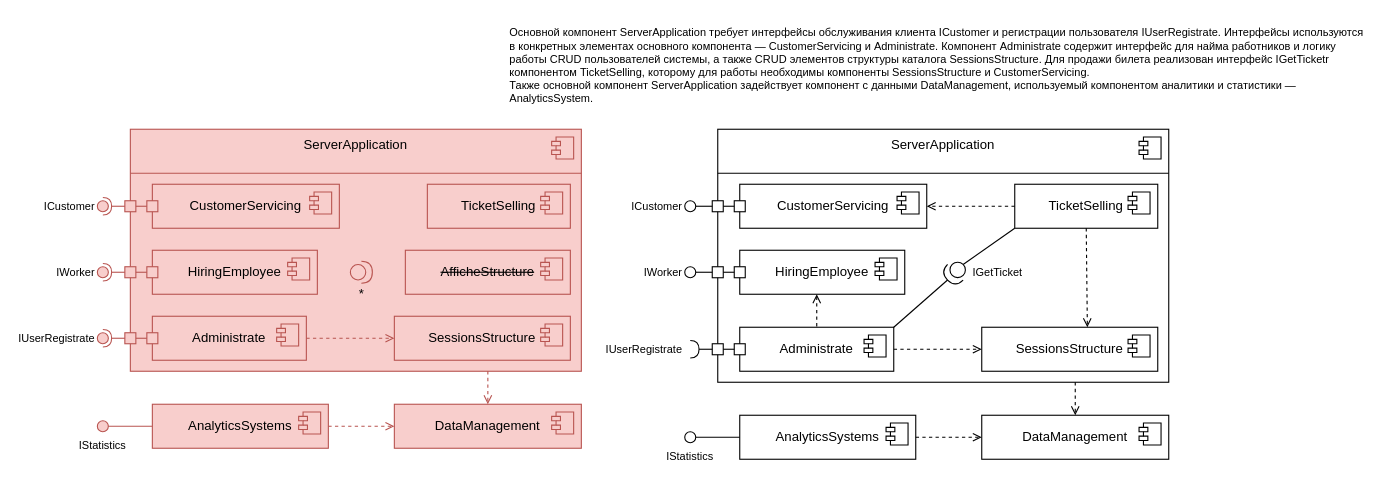
ANDaniell/-design-practice keeps this draw.io diagram as Диаграмма компонентов.drawio. Above is the earlier version. Source tidied: cells renumbered, new cells numbered last; positions are measured from the earlier drawing's top-left corner, leaving out a move shared by most shapes. Both pictures are drawn from the tidied source at 110%, with x=0, y=0 at pixel (97, 19).
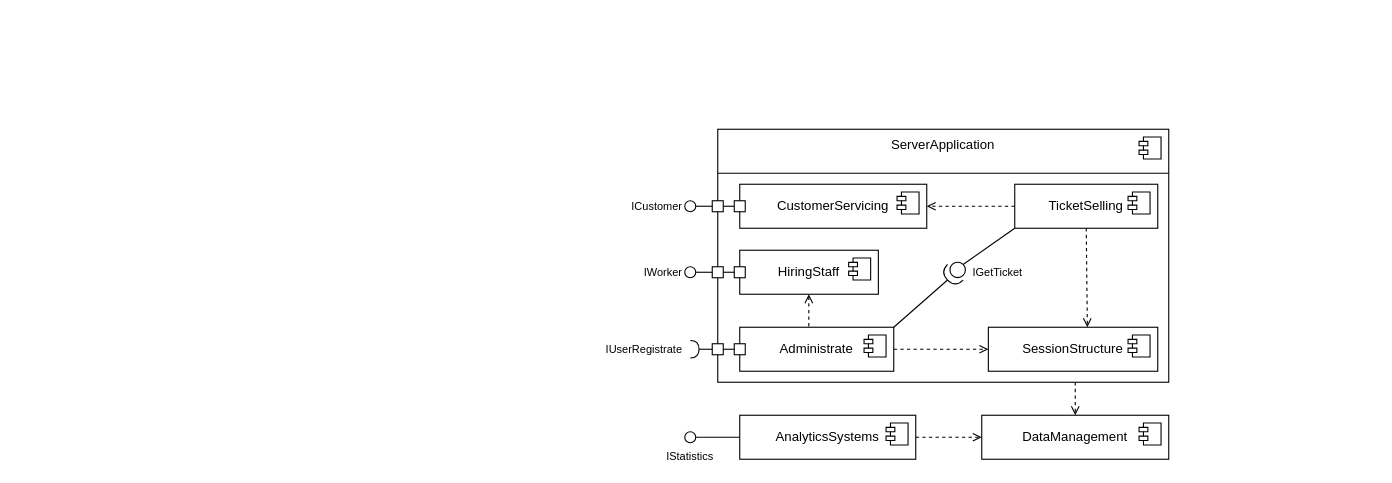
The same diagram, later.

Unchanged cells that the change refers to:
```xml
<mxCell id="5" value="Administrate" style="html=1;whiteSpace=wrap;align=center;verticalAlign=middle;" parent="1" vertex="1">
  <mxGeometry x="584" y="280" width="140" height="40" as="geometry" />
</mxCell>
```

Change to the diagram source:
```diff
@@
-    <mxCell id="13" value="SessionsStructure" style="html=1;whiteSpace=wrap;align=center;verticalAlign=middle;" parent="1" vertex="1">
-      <mxGeometry x="804" y="280" width="160" height="40" as="geometry" />
+    <mxCell id="13" value="SessionStructure" style="html=1;whiteSpace=wrap;align=center;verticalAlign=middle;" parent="1" vertex="1">
+      <mxGeometry x="810" y="280" width="154" height="40" as="geometry" />
     </mxCell>
@@
-    <mxCell id="15" value="HiringEmployee" style="html=1;whiteSpace=wrap;align=center;verticalAlign=middle;" parent="1" vertex="1">
-      <mxGeometry x="584" y="210" width="150" height="40" as="geometry" />
+    <mxCell id="15" value="HiringStaff" style="html=1;whiteSpace=wrap;align=center;verticalAlign=middle;" parent="1" vertex="1">
+      <mxGeometry x="584" y="210" width="126" height="40" as="geometry" />
     </mxCell>
@@
-    <mxCell id="40" style="endArrow=none;dashed=1;html=1;rounded=0;entryX=0.5;entryY=0;entryDx=0;entryDy=0;endFill=0;startArrow=open;startFill=0;" parent="1" edge="1" target="5">
+    <mxCell id="40" style="endArrow=none;dashed=1;html=1;rounded=0;entryX=0.5;entryY=0;entryDx=0;entryDy=0;endFill=0;startArrow=open;startFill=0;" parent="1" edge="1">
       <mxGeometry relative="1" as="geometry">
-        <mxPoint x="654" y="250" as="sourcePoint" />
+        <mxPoint x="646.8" y="250" as="sourcePoint" />
+        <mxPoint x="646.8" y="280" as="targetPoint" />
       </mxGeometry>
     </mxCell>
-    <mxCell id="41" value="ServerApplication" style="html=1;whiteSpace=wrap;verticalAlign=top;fillColor=#f8cecc;strokeColor=#b85450;" parent="1" vertex="1">
-      <mxGeometry x="30" y="100" width="410" height="220" as="geometry" />
-    </mxCell>
-    <mxCell id="42" style="shape=module;jettyWidth=8;jettyHeight=4;fillColor=#f8cecc;strokeColor=#b85450;" parent="41" vertex="1">
-      <mxGeometry x="1" width="20" height="20" relative="1" as="geometry">
-        <mxPoint x="-27" y="7" as="offset" />
-      </mxGeometry>
-    </mxCell>
-    <mxCell id="43" style="endArrow=none;html=1;rounded=0;exitX=0.998;exitY=0.103;exitDx=0;exitDy=0;exitPerimeter=0;entryX=0.003;entryY=0.103;entryDx=0;entryDy=0;entryPerimeter=0;fillColor=#f8cecc;strokeColor=#b85450;" parent="1" edge="1">
-      <mxGeometry relative="1" as="geometry">
-        <mxPoint x="440" y="140" as="sourcePoint" />
-        <mxPoint x="30" y="140" as="targetPoint" />
-      </mxGeometry>
-    </mxCell>
-    <mxCell id="44" value="Administrate" style="html=1;whiteSpace=wrap;align=center;verticalAlign=middle;fillColor=#f8cecc;strokeColor=#b85450;" parent="1" vertex="1">
-      <mxGeometry x="50" y="270" width="140" height="40" as="geometry" />
-    </mxCell>
-    <mxCell id="45" style="shape=module;jettyWidth=8;jettyHeight=4;fillColor=#f8cecc;strokeColor=#b85450;" parent="44" vertex="1">
-      <mxGeometry x="1" width="20" height="20" relative="1" as="geometry">
-        <mxPoint x="-27" y="7" as="offset" />
-      </mxGeometry>
-    </mxCell>
-    <mxCell id="46" value="AnalyticsSystems" style="html=1;whiteSpace=wrap;align=center;verticalAlign=middle;fillColor=#f8cecc;strokeColor=#b85450;" parent="1" vertex="1">
-      <mxGeometry x="50" y="350" width="160" height="40" as="geometry" />
-    </mxCell>
-    <mxCell id="47" style="shape=module;jettyWidth=8;jettyHeight=4;fillColor=#f8cecc;strokeColor=#b85450;" parent="46" vertex="1">
-      <mxGeometry x="1" width="20" height="20" relative="1" as="geometry">
-        <mxPoint x="-27" y="7" as="offset" />
-      </mxGeometry>
-    </mxCell>
-    <mxCell id="48" value="DataManagement" style="html=1;whiteSpace=wrap;align=center;verticalAlign=middle;fillColor=#f8cecc;strokeColor=#b85450;" parent="1" vertex="1">
-      <mxGeometry x="270" y="350" width="170" height="40" as="geometry" />
-    </mxCell>
-    <mxCell id="49" style="shape=module;jettyWidth=8;jettyHeight=4;fillColor=#f8cecc;strokeColor=#b85450;" parent="48" vertex="1">
-      <mxGeometry x="1" width="20" height="20" relative="1" as="geometry">
-        <mxPoint x="-27" y="7" as="offset" />
-      </mxGeometry>
-    </mxCell>
-    <mxCell id="50" value="IStatistics" style="ellipse;whiteSpace=wrap;html=1;labelPosition=center;verticalLabelPosition=bottom;align=center;verticalAlign=top;fontSize=10;fillColor=#f8cecc;strokeColor=#b85450;" parent="1" vertex="1">
-      <mxGeometry y="365" width="10" height="10" as="geometry" />
-    </mxCell>
-    <mxCell id="51" style="endArrow=open;dashed=1;html=1;rounded=0;entryX=0;entryY=0.5;entryDx=0;entryDy=0;exitX=1;exitY=0.5;exitDx=0;exitDy=0;endFill=0;fillColor=#f8cecc;strokeColor=#b85450;" parent="1" edge="1" source="46" target="48">
-      <mxGeometry relative="1" as="geometry" />
-    </mxCell>
-    <mxCell id="52" value="&lt;strike&gt;AfficheStructure&lt;/strike&gt;" style="html=1;whiteSpace=wrap;align=center;verticalAlign=middle;fillColor=#f8cecc;strokeColor=#b85450;" parent="1" vertex="1">
-      <mxGeometry x="280" y="210" width="150" height="40" as="geometry" />
-    </mxCell>
-    <mxCell id="53" style="shape=module;jettyWidth=8;jettyHeight=4;fillColor=#f8cecc;strokeColor=#b85450;" parent="52" vertex="1">
-      <mxGeometry x="1" width="20" height="20" relative="1" as="geometry">
-        <mxPoint x="-27" y="7" as="offset" />
-      </mxGeometry>
-    </mxCell>
-    <mxCell id="54" value="SessionsStructure" style="html=1;whiteSpace=wrap;align=center;verticalAlign=middle;fillColor=#f8cecc;strokeColor=#b85450;" parent="1" vertex="1">
-      <mxGeometry x="270" y="270" width="160" height="40" as="geometry" />
-    </mxCell>
-    <mxCell id="55" style="shape=module;jettyWidth=8;jettyHeight=4;fillColor=#f8cecc;strokeColor=#b85450;" parent="54" vertex="1">
-      <mxGeometry x="1" width="20" height="20" relative="1" as="geometry">
-        <mxPoint x="-27" y="7" as="offset" />
-      </mxGeometry>
-    </mxCell>
-    <mxCell id="56" value="HiringEmployee" style="html=1;whiteSpace=wrap;align=center;verticalAlign=middle;fillColor=#f8cecc;strokeColor=#b85450;" parent="1" vertex="1">
-      <mxGeometry x="50" y="210" width="150" height="40" as="geometry" />
-    </mxCell>
-    <mxCell id="57" style="shape=module;jettyWidth=8;jettyHeight=4;fillColor=#f8cecc;strokeColor=#b85450;" parent="56" vertex="1">
-      <mxGeometry x="1" width="20" height="20" relative="1" as="geometry">
-        <mxPoint x="-27" y="7" as="offset" />
-      </mxGeometry>
-    </mxCell>
-    <mxCell id="58" value="TicketSelling" style="html=1;whiteSpace=wrap;align=center;verticalAlign=middle;fillColor=#f8cecc;strokeColor=#b85450;" parent="1" vertex="1">
-      <mxGeometry x="300" y="150" width="130" height="40" as="geometry" />
-    </mxCell>
-    <mxCell id="59" style="shape=module;jettyWidth=8;jettyHeight=4;fillColor=#f8cecc;strokeColor=#b85450;" parent="58" vertex="1">
-      <mxGeometry x="1" width="20" height="20" relative="1" as="geometry">
-        <mxPoint x="-27" y="7" as="offset" />
-      </mxGeometry>
-    </mxCell>
-    <mxCell id="60" value="CustomerServicing" style="html=1;whiteSpace=wrap;align=center;verticalAlign=middle;fillColor=#f8cecc;strokeColor=#b85450;" parent="1" vertex="1">
-      <mxGeometry x="50" y="150" width="170" height="40" as="geometry" />
-    </mxCell>
-    <mxCell id="61" style="shape=module;jettyWidth=8;jettyHeight=4;fillColor=#f8cecc;strokeColor=#b85450;" parent="60" vertex="1">
-      <mxGeometry x="1" width="20" height="20" relative="1" as="geometry">
-        <mxPoint x="-27" y="7" as="offset" />
-      </mxGeometry>
-    </mxCell>
-    <mxCell id="62" value="*" style="shape=providedRequiredInterface;html=1;verticalLabelPosition=bottom;sketch=0;fillColor=#f8cecc;strokeColor=#b85450;" parent="1" vertex="1">
-      <mxGeometry x="230" y="220" width="20" height="20" as="geometry" />
-    </mxCell>
-    <mxCell id="63" style="rounded=0;jettySize=auto;html=1;endArrow=halfCircle;endFill=0;endSize=6;strokeWidth=1;sketch=0;fontSize=12;curved=1;fillColor=#f8cecc;strokeColor=#b85450;" parent="1" edge="1" target="64">
-      <mxGeometry relative="1" as="geometry">
-        <mxPoint x="30" y="290" as="sourcePoint" />
-      </mxGeometry>
-    </mxCell>
-    <mxCell id="64" value="IUserRegistrate" style="ellipse;whiteSpace=wrap;html=1;align=right;fillColor=#f8cecc;strokeColor=#b85450;perimeter=centerPerimeter;points=[];outlineConnect=1;labelPosition=left;verticalLabelPosition=middle;verticalAlign=middle;fontSize=10;" parent="1" vertex="1">
-      <mxGeometry y="285" width="10" height="10" as="geometry" />
-    </mxCell>
-    <mxCell id="65" style="whiteSpace=wrap;html=1;fillColor=#f8cecc;strokeColor=#b85450;" parent="1" vertex="1">
-      <mxGeometry x="45" y="285" width="10" height="10" as="geometry" />
-    </mxCell>
-    <mxCell id="66" style="whiteSpace=wrap;html=1;fillColor=#f8cecc;strokeColor=#b85450;" parent="1" vertex="1">
-      <mxGeometry x="25" y="285" width="10" height="10" as="geometry" />
-    </mxCell>
-    <mxCell id="67" style="endArrow=none;html=1;rounded=0;exitX=1;exitY=0.5;exitDx=0;exitDy=0;entryX=0;entryY=0.5;entryDx=0;entryDy=0;fillColor=#f8cecc;strokeColor=#b85450;" parent="1" edge="1" source="66" target="65">
-      <mxGeometry relative="1" as="geometry" />
-    </mxCell>
-    <mxCell id="68" style="rounded=0;jettySize=auto;html=1;endArrow=halfCircle;endFill=0;endSize=6;strokeWidth=1;sketch=0;fontSize=12;curved=1;fillColor=#f8cecc;strokeColor=#b85450;" parent="1" edge="1" target="69">
-      <mxGeometry relative="1" as="geometry">
-        <mxPoint x="30" y="230" as="sourcePoint" />
-      </mxGeometry>
-    </mxCell>
-    <mxCell id="69" value="IWorker" style="ellipse;whiteSpace=wrap;html=1;align=right;fillColor=#f8cecc;strokeColor=#b85450;perimeter=centerPerimeter;points=[];outlineConnect=1;labelPosition=left;verticalLabelPosition=middle;verticalAlign=middle;fontSize=10;" parent="1" vertex="1">
-      <mxGeometry y="225" width="10" height="10" as="geometry" />
-    </mxCell>
-    <mxCell id="70" style="whiteSpace=wrap;html=1;fillColor=#f8cecc;strokeColor=#b85450;" parent="1" vertex="1">
-      <mxGeometry x="45" y="225" width="10" height="10" as="geometry" />
-    </mxCell>
-    <mxCell id="71" style="whiteSpace=wrap;html=1;fillColor=#f8cecc;strokeColor=#b85450;" parent="1" vertex="1">
-      <mxGeometry x="25" y="225" width="10" height="10" as="geometry" />
-    </mxCell>
-    <mxCell id="72" style="endArrow=none;html=1;rounded=0;exitX=1;exitY=0.5;exitDx=0;exitDy=0;entryX=0;entryY=0.5;entryDx=0;entryDy=0;fillColor=#f8cecc;strokeColor=#b85450;" parent="1" edge="1" source="71" target="70">
-      <mxGeometry relative="1" as="geometry" />
-    </mxCell>
-    <mxCell id="73" style="endArrow=none;html=1;rounded=0;exitX=1;exitY=0.5;exitDx=0;exitDy=0;entryX=0;entryY=0.5;entryDx=0;entryDy=0;fillColor=#f8cecc;strokeColor=#b85450;" parent="1" edge="1" source="50" target="46">
-      <mxGeometry relative="1" as="geometry" />
-    </mxCell>
-    <mxCell id="74" style="endArrow=open;dashed=1;html=1;rounded=0;entryX=0.5;entryY=0;entryDx=0;entryDy=0;endFill=0;fillColor=#f8cecc;strokeColor=#b85450;" parent="1" edge="1" target="48">
-      <mxGeometry relative="1" as="geometry">
-        <mxPoint x="355" y="320" as="sourcePoint" />
-      </mxGeometry>
-    </mxCell>
-    <mxCell id="75" style="endArrow=open;dashed=1;html=1;rounded=0;exitX=1;exitY=0.5;exitDx=0;exitDy=0;entryX=0;entryY=0.5;entryDx=0;entryDy=0;endFill=0;fillColor=#f8cecc;strokeColor=#b85450;" parent="1" edge="1" source="44" target="54">
-      <mxGeometry relative="1" as="geometry" />
-    </mxCell>
-    <mxCell id="76" style="rounded=0;jettySize=auto;html=1;endArrow=halfCircle;endFill=0;endSize=6;strokeWidth=1;sketch=0;fontSize=12;curved=1;fillColor=#f8cecc;strokeColor=#b85450;" parent="1" edge="1" target="77">
-      <mxGeometry relative="1" as="geometry">
-        <mxPoint x="30" y="170" as="sourcePoint" />
-      </mxGeometry>
-    </mxCell>
-    <mxCell id="77" value="ICustomer" style="ellipse;whiteSpace=wrap;html=1;align=right;fillColor=#f8cecc;strokeColor=#b85450;perimeter=centerPerimeter;points=[];outlineConnect=1;labelPosition=left;verticalLabelPosition=middle;verticalAlign=middle;fontSize=10;" parent="1" vertex="1">
-      <mxGeometry y="165" width="10" height="10" as="geometry" />
-    </mxCell>
-    <mxCell id="78" style="whiteSpace=wrap;html=1;fillColor=#f8cecc;strokeColor=#b85450;" parent="1" vertex="1">
-      <mxGeometry x="45" y="165" width="10" height="10" as="geometry" />
-    </mxCell>
-    <mxCell id="79" style="whiteSpace=wrap;html=1;fillColor=#f8cecc;strokeColor=#b85450;" parent="1" vertex="1">
-      <mxGeometry x="25" y="165" width="10" height="10" as="geometry" />
-    </mxCell>
-    <mxCell id="80" style="endArrow=none;html=1;rounded=0;exitX=1;exitY=0.5;exitDx=0;exitDy=0;entryX=0;entryY=0.5;entryDx=0;entryDy=0;fillColor=#f8cecc;strokeColor=#b85450;" parent="1" edge="1" source="79" target="78">
-      <mxGeometry relative="1" as="geometry" />
-    </mxCell>
@@
-    <mxCell id="86" value="Основной компонент ServerApplication требует интерфейсы обслуживания клиента ICustomer и регистрации пользователя IUserRegistrate. Интерфейсы используются в конкретных элементах основного компонента — CustomerServicing и Administrate. Компонент Administrate содержит интерфейс для найма работников и логику работы CRUD пользователей системы, а также CRUD элементов структуры каталога SessionsStructure. Для продажи билета реализован интерфейс IGetTicketr компонентом TicketSelling, которому для работы необходимы компоненты SessionsStructure и CustomerServicing.&#10;Также основной компонент ServerApplication задействует компонент с данными DataManagement, используемый компонентом аналитики и статистики — AnalyticsSystem." style="text;strokeColor=none;fillColor=none;align=left;verticalAlign=top;spacingLeft=4;spacingRight=4;overflow=hidden;fontSize=10;whiteSpace=wrap;" parent="1" vertex="1">
-      <mxGeometry x="369" width="791" height="90" as="geometry" />
-    </mxCell>
```
